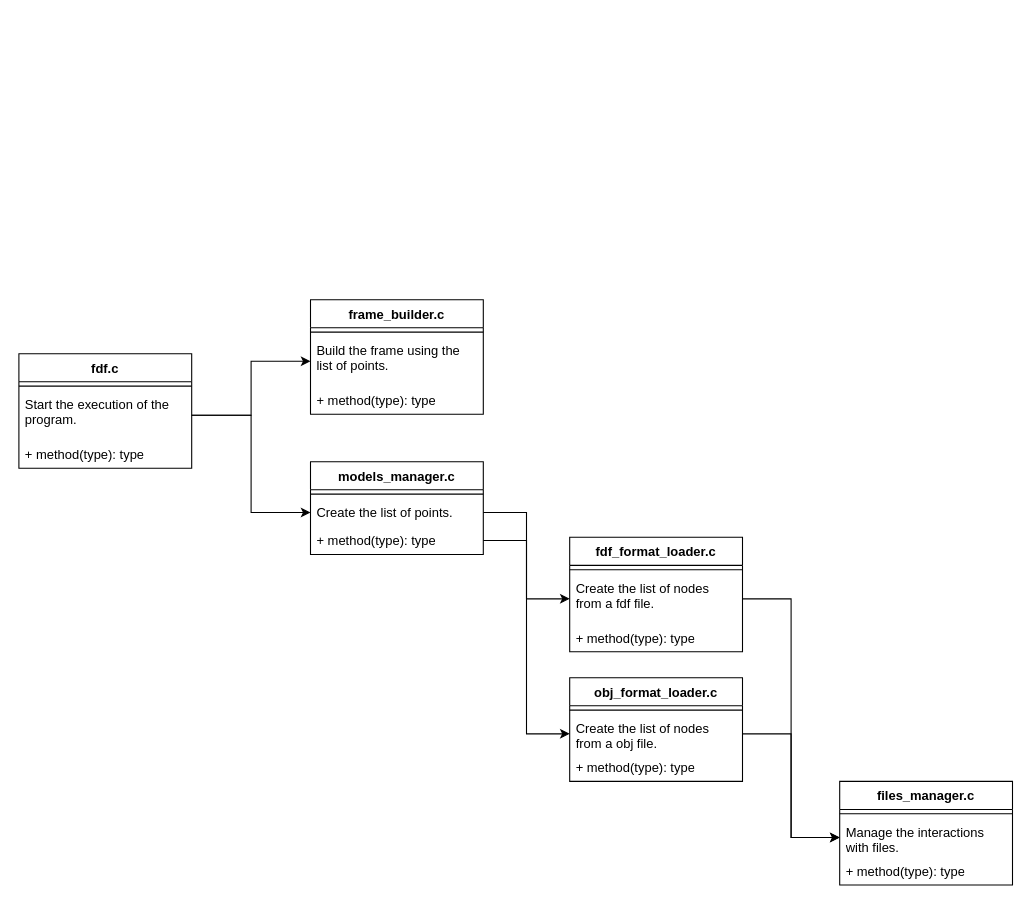
Earlier version of the draw.io diagram page "classes" (3 of 3) of Untitled Diagram.drawio (nythocampos/42_code). Source tidied: cells renumbered, new cells numbered last; positions are measured from the earlier drawing's top-left corner, leaving out a move shared by most shapes. Both pictures are drawn from the tidied source at 108%, with x=0, y=0 at pixel (18, 299).
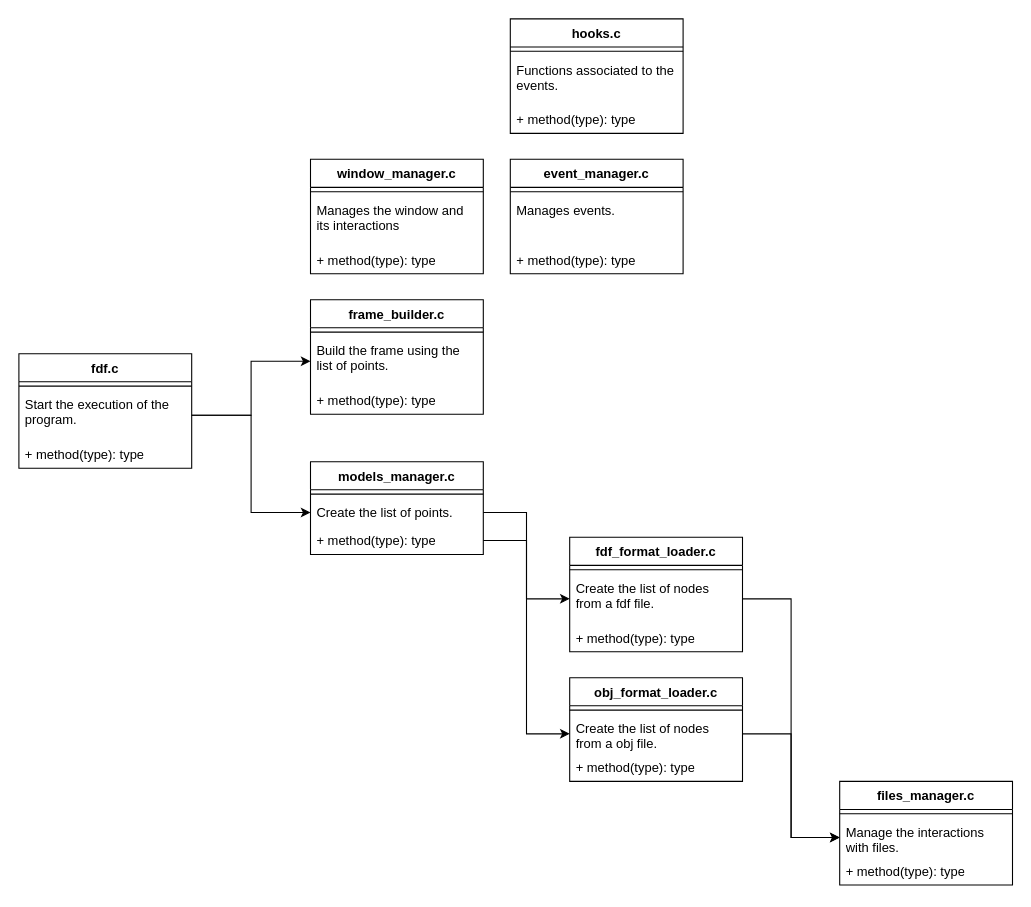
After the change.

The edit, as a diff of the source:
```diff
@@
+    <mxCell id="32" value="window_manager.c" style="swimlane;fontStyle=1;align=center;verticalAlign=top;horizontal=1;startSize=26;whiteSpace=wrap;html=1;" parent="1" vertex="1">
+      <mxGeometry x="270" y="-130" width="160" height="106" as="geometry" />
+    </mxCell>
+    <mxCell id="33" style="line;strokeWidth=1;fillColor=none;align=left;verticalAlign=middle;spacingTop=-1;spacingLeft=3;spacingRight=3;labelPosition=right;strokeColor=inherit;" parent="32" vertex="1">
+      <mxGeometry y="26" width="160" height="8" as="geometry" />
+    </mxCell>
+    <mxCell id="34" value="Manages the window and its interactions" style="text;strokeColor=none;fillColor=none;align=left;verticalAlign=top;spacingLeft=4;spacingRight=4;overflow=hidden;whiteSpace=wrap;html=1;" parent="32" vertex="1">
+      <mxGeometry y="34" width="160" height="46" as="geometry" />
+    </mxCell>
+    <mxCell id="35" value="+ method(type): type" style="text;strokeColor=none;fillColor=none;align=left;verticalAlign=top;spacingLeft=4;spacingRight=4;overflow=hidden;whiteSpace=wrap;html=1;" parent="32" vertex="1">
+      <mxGeometry y="80" width="160" height="26" as="geometry" />
+    </mxCell>
+    <mxCell id="36" value="hooks.c" style="swimlane;fontStyle=1;align=center;verticalAlign=top;horizontal=1;startSize=26;whiteSpace=wrap;html=1;" parent="1" vertex="1">
+      <mxGeometry x="455" y="-260" width="160" height="106" as="geometry" />
+    </mxCell>
+    <mxCell id="37" style="line;strokeWidth=1;fillColor=none;align=left;verticalAlign=middle;spacingTop=-1;spacingLeft=3;spacingRight=3;labelPosition=right;strokeColor=inherit;" parent="36" vertex="1">
+      <mxGeometry y="26" width="160" height="8" as="geometry" />
+    </mxCell>
+    <mxCell id="38" value="Functions associated to the events." style="text;strokeColor=none;fillColor=none;align=left;verticalAlign=top;spacingLeft=4;spacingRight=4;overflow=hidden;whiteSpace=wrap;html=1;" parent="36" vertex="1">
+      <mxGeometry y="34" width="160" height="46" as="geometry" />
+    </mxCell>
+    <mxCell id="39" value="+ method(type): type" style="text;strokeColor=none;fillColor=none;align=left;verticalAlign=top;spacingLeft=4;spacingRight=4;overflow=hidden;whiteSpace=wrap;html=1;" parent="36" vertex="1">
+      <mxGeometry y="80" width="160" height="26" as="geometry" />
+    </mxCell>
+    <mxCell id="40" value="event_manager.c" style="swimlane;fontStyle=1;align=center;verticalAlign=top;horizontal=1;startSize=26;whiteSpace=wrap;html=1;" parent="1" vertex="1">
+      <mxGeometry x="455" y="-130" width="160" height="106" as="geometry" />
+    </mxCell>
+    <mxCell id="41" style="line;strokeWidth=1;fillColor=none;align=left;verticalAlign=middle;spacingTop=-1;spacingLeft=3;spacingRight=3;labelPosition=right;strokeColor=inherit;" parent="40" vertex="1">
+      <mxGeometry y="26" width="160" height="8" as="geometry" />
+    </mxCell>
+    <mxCell id="42" value="Manages events." style="text;strokeColor=none;fillColor=none;align=left;verticalAlign=top;spacingLeft=4;spacingRight=4;overflow=hidden;whiteSpace=wrap;html=1;" parent="40" vertex="1">
+      <mxGeometry y="34" width="160" height="46" as="geometry" />
+    </mxCell>
+    <mxCell id="43" value="+ method(type): type" style="text;strokeColor=none;fillColor=none;align=left;verticalAlign=top;spacingLeft=4;spacingRight=4;overflow=hidden;whiteSpace=wrap;html=1;" parent="40" vertex="1">
+      <mxGeometry y="80" width="160" height="26" as="geometry" />
+    </mxCell>
```
